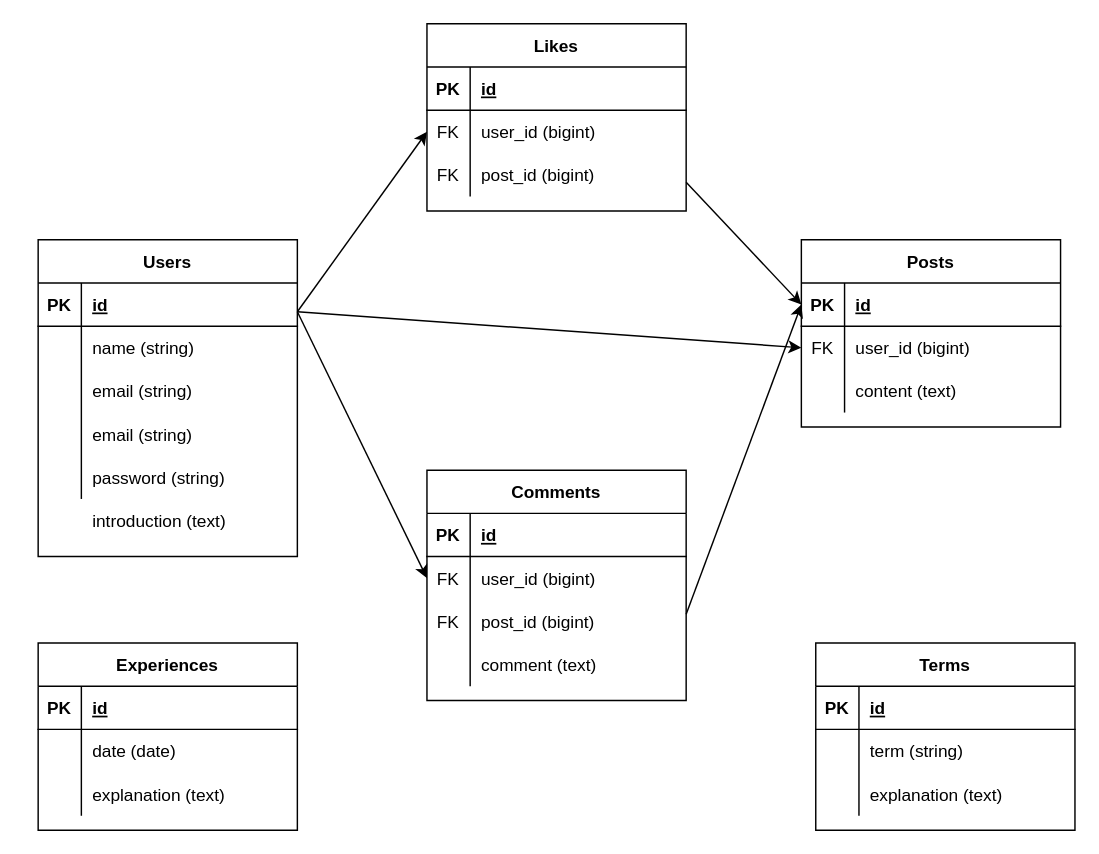
The draw.io diagram models.drawio in tattu501/tennis_app, before the edit. Source tidied: cells renumbered, new cells numbered last; positions are measured from the earlier drawing's top-left corner, leaving out a move shared by most shapes. Both pictures are drawn from the tidied source at 144%, with x=0, y=0 at pixel (23, 23).
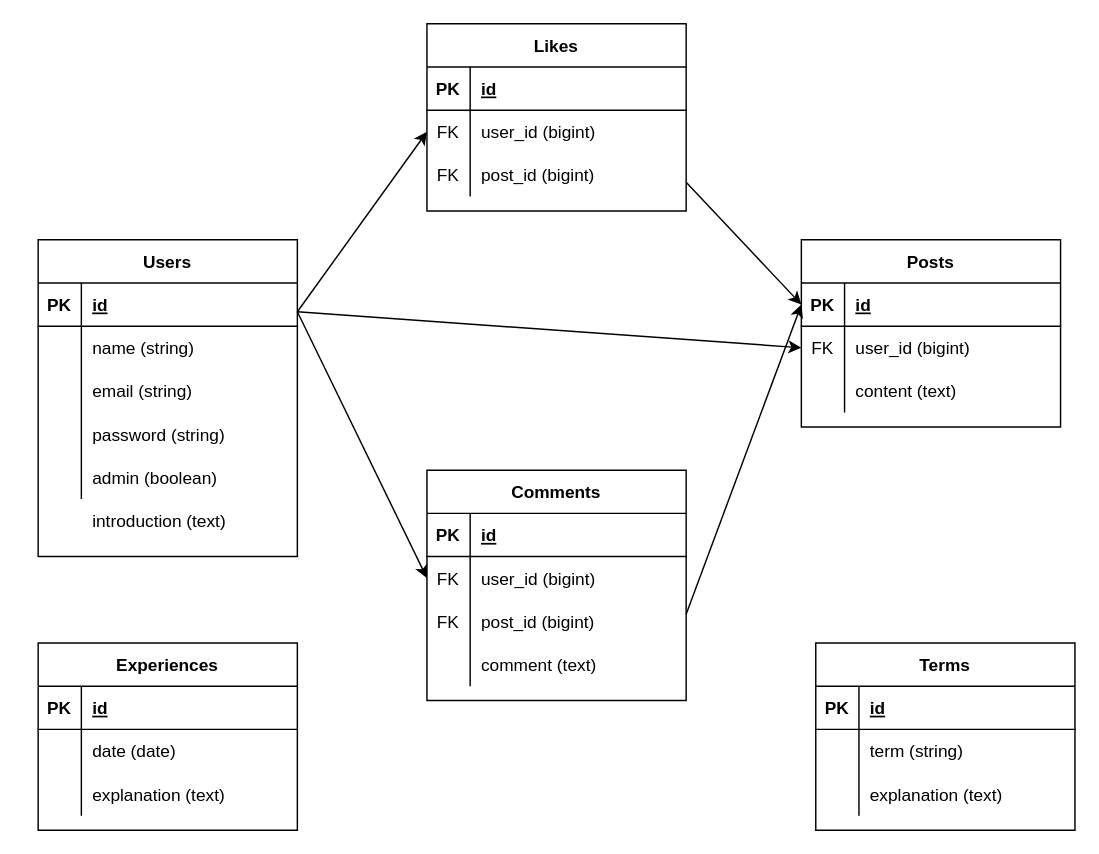
Above is the later version.

The change refers to these unchanged cells:
```xml
<mxCell id="12" style="shape=partialRectangle;fillColor=none;top=0;left=0;bottom=0;right=0;" parent="2" vertex="1">
  <mxGeometry y="120" width="180" height="30" as="geometry" />
</mxCell>
<mxCell id="15" style="shape=partialRectangle;fillColor=none;top=0;left=0;bottom=0;right=0;" parent="2" vertex="1">
  <mxGeometry y="150" width="180" height="30" as="geometry" />
</mxCell>
```

What changed in the source:
```diff
@@
-    <mxCell id="14" value="email (string)" style="shape=partialRectangle;fillColor=none;top=0;left=0;bottom=0;right=0;align=left;spacingLeft=6;overflow=hidden;" parent="12" vertex="1">
+    <mxCell id="14" value="password (string)" style="shape=partialRectangle;fillColor=none;top=0;left=0;bottom=0;right=0;align=left;spacingLeft=6;overflow=hidden;" parent="12" vertex="1">
       <mxGeometry x="30" width="150" height="30" as="geometry" />
     </mxCell>
@@
-    <mxCell id="17" value="password (string)" style="shape=partialRectangle;fillColor=none;top=0;left=0;bottom=0;right=0;align=left;spacingLeft=6;overflow=hidden;" parent="15" vertex="1">
+    <mxCell id="17" value="admin (boolean)" style="shape=partialRectangle;fillColor=none;top=0;left=0;bottom=0;right=0;align=left;spacingLeft=6;overflow=hidden;" parent="15" vertex="1">
       <mxGeometry x="30" width="150" height="30" as="geometry" />
     </mxCell>
```
